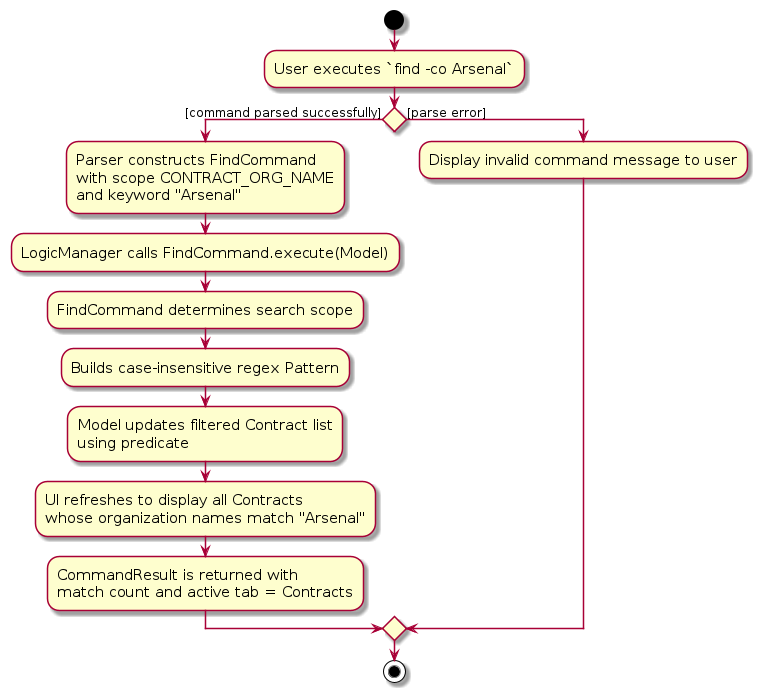
AY2526S1-CS2103T-F13-3/tp keeps this PlantUML diagram as diagrams/FindActivityDiagram.png. Above is the earlier version. Its source is kept beside it as diagrams/FindActivityDiagram.puml. The source it was exported from:
```plantuml
@startuml
skin rose
skinparam ActivityFontSize 15
skinparam ArrowFontSize 12

start
:User executes `find -co Arsenal`;

if () then ([command parsed successfully])
    :Parser constructs FindCommand
    with scope CONTRACT_ORG_NAME
    and keyword "Arsenal";
    :LogicManager calls FindCommand.execute(Model);

    :FindCommand determines search scope;
    :Builds case-insensitive regex Pattern;
    :Model updates filtered Contract list
    using predicate;
    :UI refreshes to display all Contracts
    whose organization names match "Arsenal";
    :CommandResult is returned with
    match count and active tab = Contracts;
else ([parse error])
    :Display invalid command message to user;
endif

stop
@enduml
```
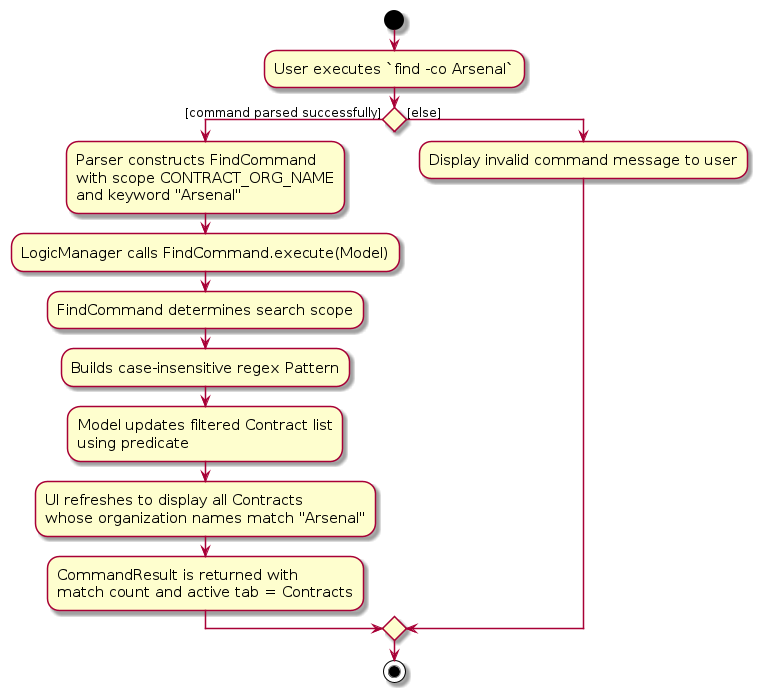
Later version of the same file.

Diff of the diagram source:
```diff
@@ -20,7 +20,7 @@
     whose organization names match "Arsenal";
     :CommandResult is returned with
     match count and active tab = Contracts;
-else ([parse error])
+else ([else])
     :Display invalid command message to user;
 endif
 
```
